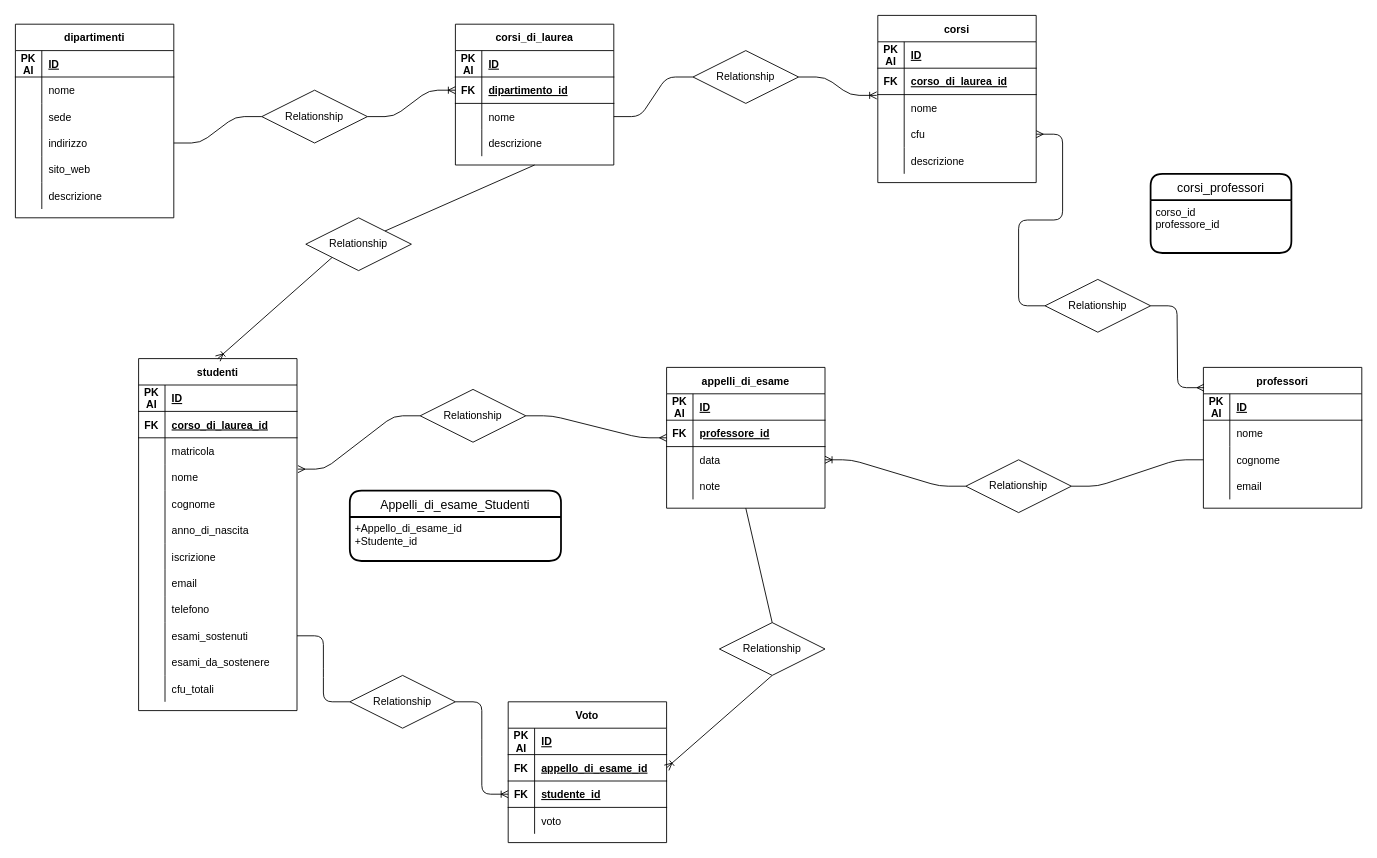
N1kola0s/db-university keeps this draw.io diagram as db_university.drawio. Above is the earlier version. Source tidied: cells renumbered, new cells numbered last; positions are measured from the earlier drawing's top-left corner, leaving out a move shared by most shapes. Both pictures are drawn from the tidied source at 88%, with x=0, y=0 at pixel (15, 15).
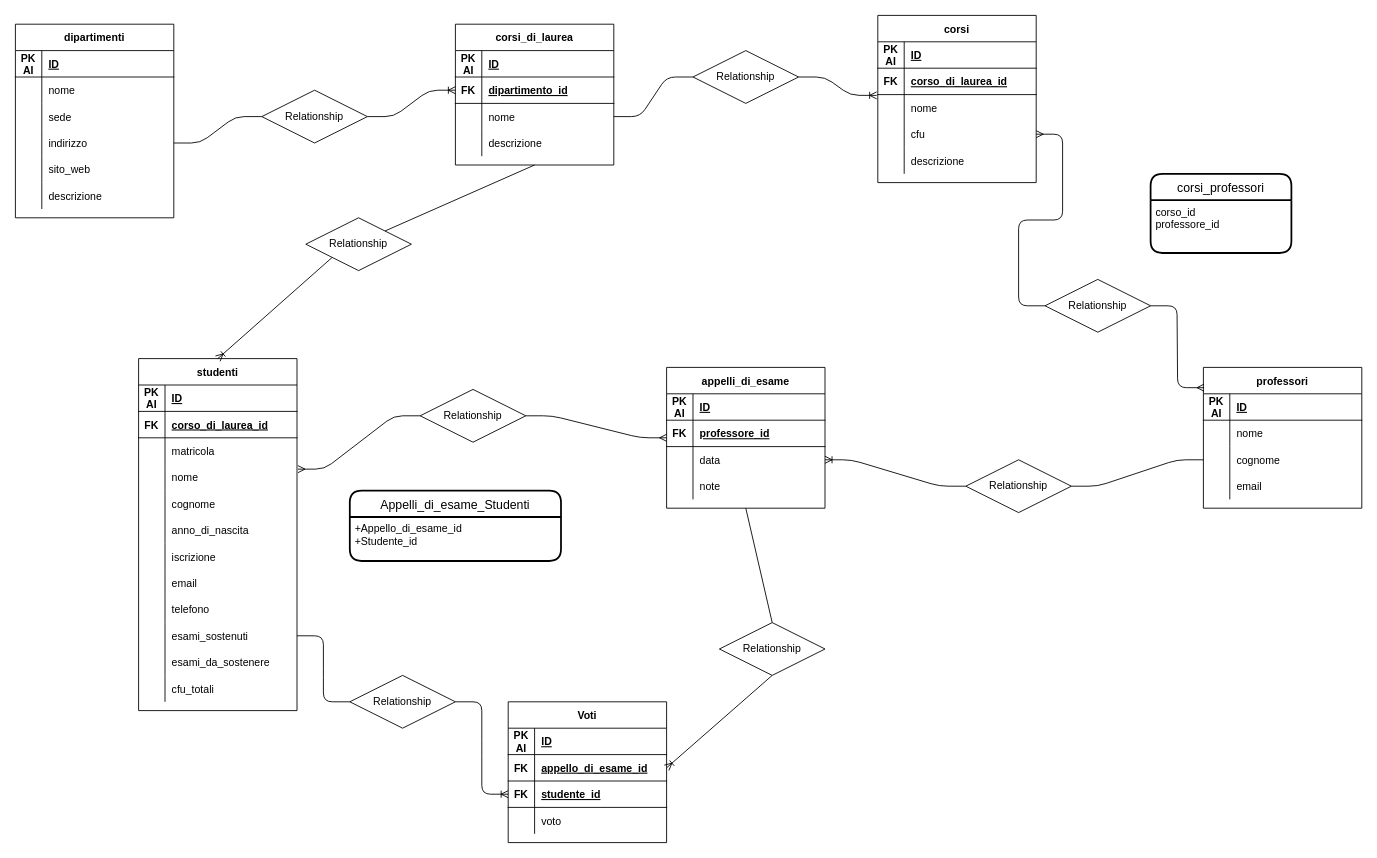
Above is the later version.

What changed in the source:
```diff
@@
-    <mxCell id="135" value="Voto" style="shape=table;startSize=30;childLayout=tableLayout;rowLines=0;fontStyle=1;align=center;" parent="1" vertex="1">
+    <mxCell id="135" value="Voti" style="shape=table;startSize=30;childLayout=tableLayout;rowLines=0;fontStyle=1;align=center;" parent="1" vertex="1">
       <mxGeometry x="560" y="780" width="180" height="160" as="geometry" />
     </mxCell>
```
